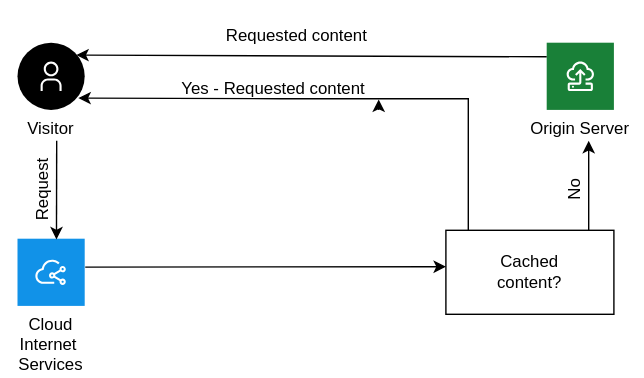
This is images/ddos-caching.svg from ibm-cloud-docs/cis, a draw.io export, as it was before one commit. Source tidied: cells renumbered, new cells last; positions are measured from the earlier drawing's top-left corner, leaving out a move shared by most shapes.
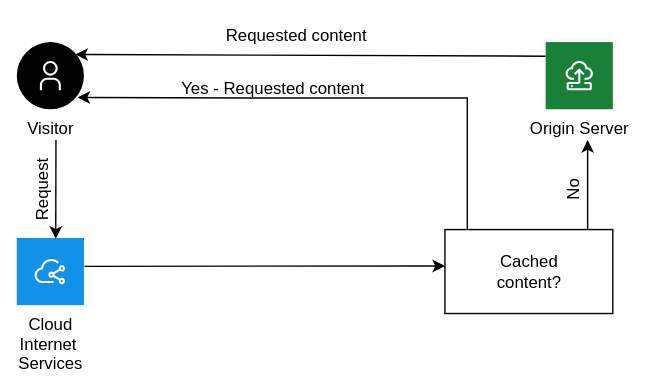
Above is the later version.

What changed in the source:
```diff
@@ -73,8 +73,5 @@
     <mxCell id="19" value="&amp;nbsp; &amp;nbsp; &amp;nbsp; &amp;nbsp; &amp;nbsp; Requested content" style="text;html=1;align=center;verticalAlign=middle;whiteSpace=wrap;rounded=0;" parent="1" vertex="1">
       <mxGeometry x="120" y="10" width="150" height="30" as="geometry" />
     </mxCell>
-    <mxCell id="20" style="edgeStyle=orthogonalEdgeStyle;rounded=0;orthogonalLoop=1;jettySize=auto;html=1;exitX=1;exitY=1;exitDx=0;exitDy=0;entryX=1;entryY=0.75;entryDx=0;entryDy=0;" parent="1" edge="1" source="18" target="18">
-      <mxGeometry relative="1" as="geometry" />
-    </mxCell>
   </root>
 </mxGraphModel>
```
